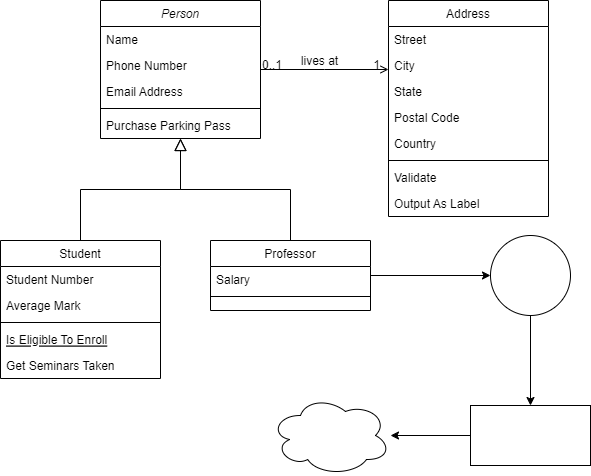
This is t1.drawio.png from mo086/draw, a draw.io export, as it was before one commit. Source tidied: cells renumbered, new cells last; positions are measured from the earlier drawing's top-left corner, leaving out a move shared by most shapes.
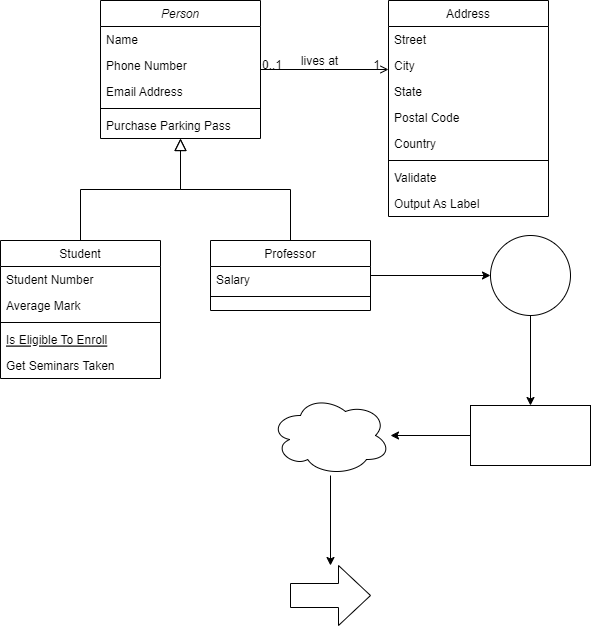
After the change.

What changed in the source:
```diff
@@ -115,8 +115,14 @@
     <mxCell id="36" style="whiteSpace=wrap;html=1;verticalAlign=top;fontStyle=0;startSize=26;rounded=0;shadow=0;strokeWidth=1;" parent="1" vertex="1">
       <mxGeometry x="470" y="405" width="120" height="60" as="geometry" />
     </mxCell>
+    <mxCell id="38" style="edgeStyle=orthogonalEdgeStyle;rounded=0;jettySize=auto;html=1;" parent="1" edge="1" source="37" target="39">
+      <mxGeometry relative="1" as="geometry" />
+    </mxCell>
     <mxCell id="37" style="ellipse;shape=cloud;whiteSpace=wrap;html=1;verticalAlign=top;fontStyle=0;startSize=26;rounded=0;shadow=0;strokeWidth=1;" parent="1" vertex="1">
       <mxGeometry x="270" y="395" width="120" height="80" as="geometry" />
     </mxCell>
+    <mxCell id="39" style="shape=singleArrow;whiteSpace=wrap;html=1;arrowWidth=0.4;arrowSize=0.4;verticalAlign=top;fontStyle=0;startSize=26;rounded=0;shadow=0;strokeWidth=1;" parent="1" vertex="1">
+      <mxGeometry x="290" y="565" width="80" height="60" as="geometry" />
+    </mxCell>
   </root>
 </mxGraphModel>
```
